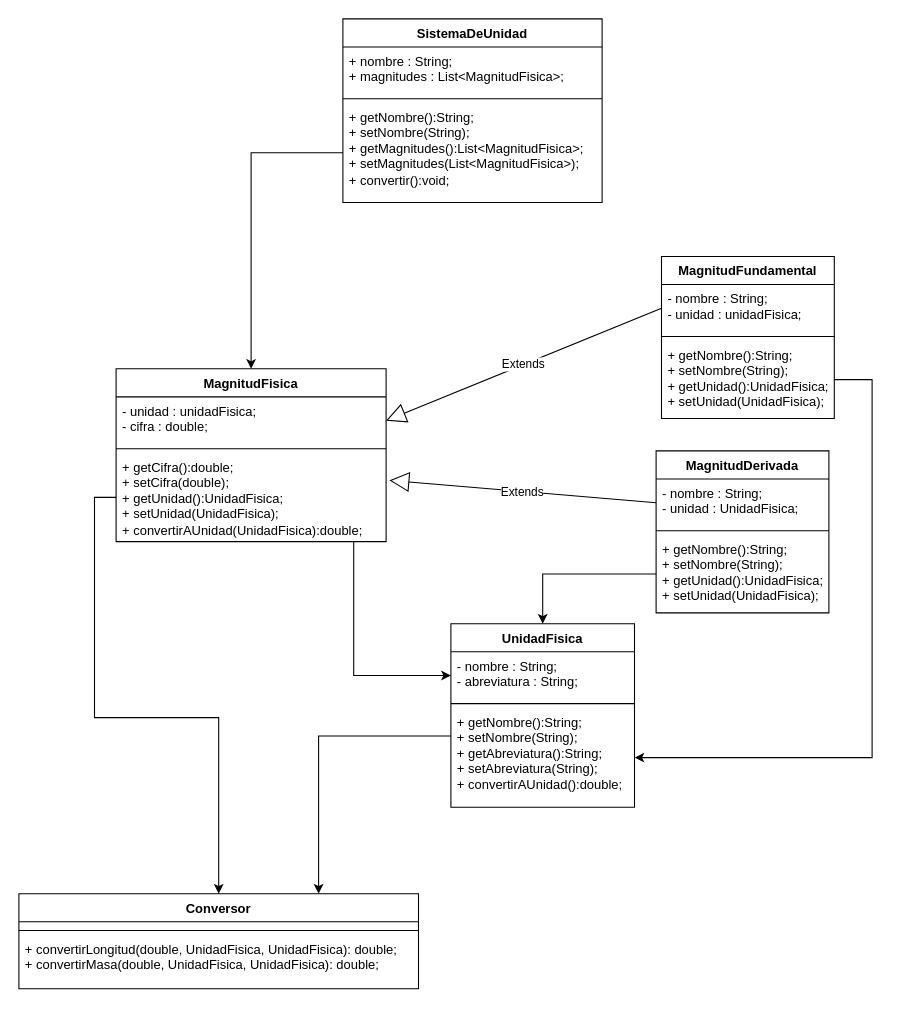
Above: page "Magnitudes Fisicas" (7 of 7) of PracticaCompleta.drawio in LucasBudnik/TL2 (draw.io), before the change. Source tidied: cells renumbered, new cells numbered last; positions are measured from the earlier drawing's top-left corner, leaving out a move shared by most shapes. Both pictures are drawn from the tidied source at 108%, with x=0, y=0 at pixel (18, 18).
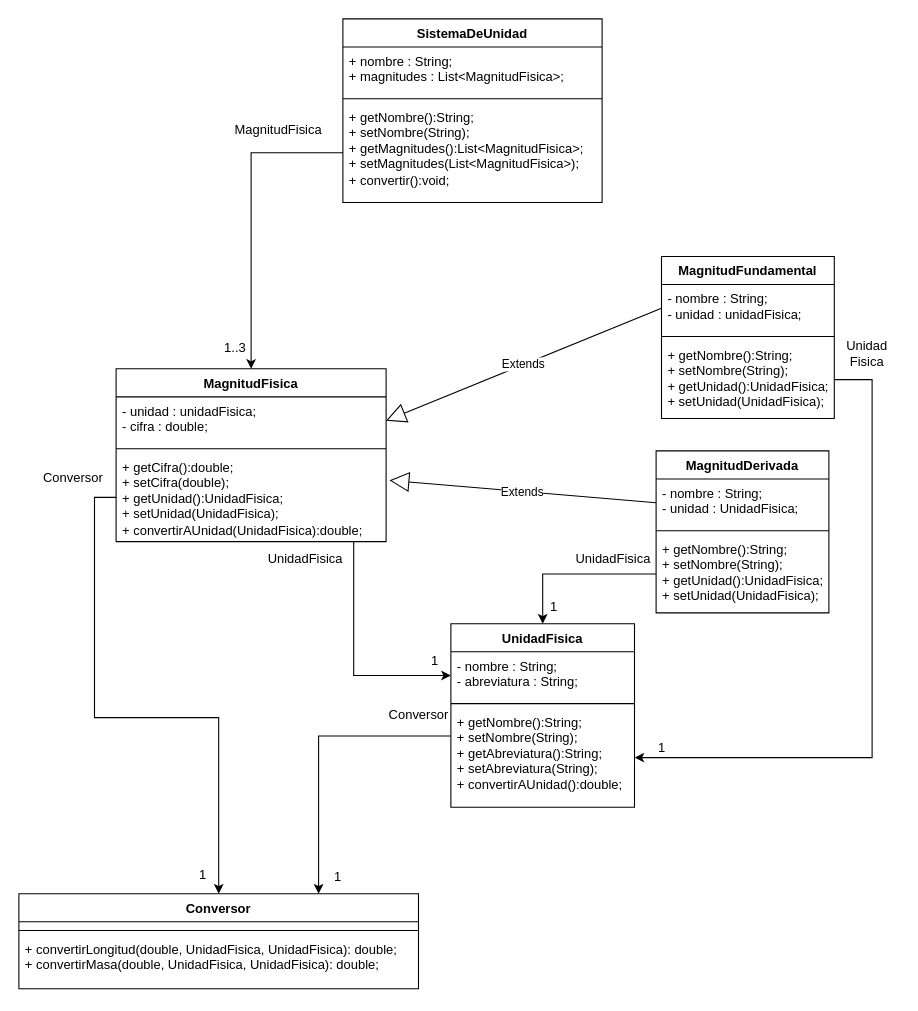
The same diagram, later.

What changed in the source:
```diff
@@
+    <mxCell id="34" value="MagnitudFisica" style="text;html=1;align=center;verticalAlign=middle;strokeColor=none;fillColor=none;" parent="1" vertex="1">
+      <mxGeometry x="190" y="88" width="100" height="30" as="geometry" />
+    </mxCell>
+    <mxCell id="35" value="Conversor" style="text;html=1;align=center;verticalAlign=middle;strokeColor=none;fillColor=none;" parent="1" vertex="1">
+      <mxGeometry x="10" y="410" width="80" height="30" as="geometry" />
+    </mxCell>
+    <mxCell id="36" value="Conversor" style="text;html=1;align=center;verticalAlign=middle;strokeColor=none;fillColor=none;" parent="1" vertex="1">
+      <mxGeometry x="330" y="630" width="80" height="30" as="geometry" />
+    </mxCell>
+    <mxCell id="37" value="UnidadFisica" style="text;html=1;align=center;verticalAlign=middle;strokeColor=none;fillColor=none;" parent="1" vertex="1">
+      <mxGeometry x="220" y="485" width="90" height="30" as="geometry" />
+    </mxCell>
+    <mxCell id="38" value="Unidad&lt;br&gt;Fisica" style="text;html=1;align=center;verticalAlign=middle;strokeColor=none;fillColor=none;" parent="1" vertex="1">
+      <mxGeometry x="755" y="290" width="60" height="40" as="geometry" />
+    </mxCell>
+    <mxCell id="39" value="1" style="text;html=1;align=center;verticalAlign=middle;strokeColor=none;fillColor=none;" parent="1" vertex="1">
+      <mxGeometry x="155" y="778" width="30" height="30" as="geometry" />
+    </mxCell>
+    <mxCell id="40" value="1" style="text;html=1;align=center;verticalAlign=middle;strokeColor=none;fillColor=none;" parent="1" vertex="1">
+      <mxGeometry x="280" y="780" width="30" height="30" as="geometry" />
+    </mxCell>
+    <mxCell id="41" value="1" style="text;html=1;align=center;verticalAlign=middle;strokeColor=none;fillColor=none;" parent="1" vertex="1">
+      <mxGeometry x="370" y="580" width="30" height="30" as="geometry" />
+    </mxCell>
+    <mxCell id="42" value="1" style="text;html=1;align=center;verticalAlign=middle;strokeColor=none;fillColor=none;" parent="1" vertex="1">
+      <mxGeometry x="580" y="660" width="30" height="30" as="geometry" />
+    </mxCell>
+    <mxCell id="43" value="1" style="text;html=1;align=center;verticalAlign=middle;strokeColor=none;fillColor=none;" parent="1" vertex="1">
+      <mxGeometry x="480" y="530" width="30" height="30" as="geometry" />
+    </mxCell>
+    <mxCell id="44" value="UnidadFisica" style="text;html=1;align=center;verticalAlign=middle;strokeColor=none;fillColor=none;" parent="1" vertex="1">
+      <mxGeometry x="505" y="485" width="90" height="30" as="geometry" />
+    </mxCell>
+    <mxCell id="45" value="1..3" style="text;html=1;align=center;verticalAlign=middle;strokeColor=none;fillColor=none;" parent="1" vertex="1">
+      <mxGeometry x="180" y="290" width="40" height="30" as="geometry" />
+    </mxCell>
```
